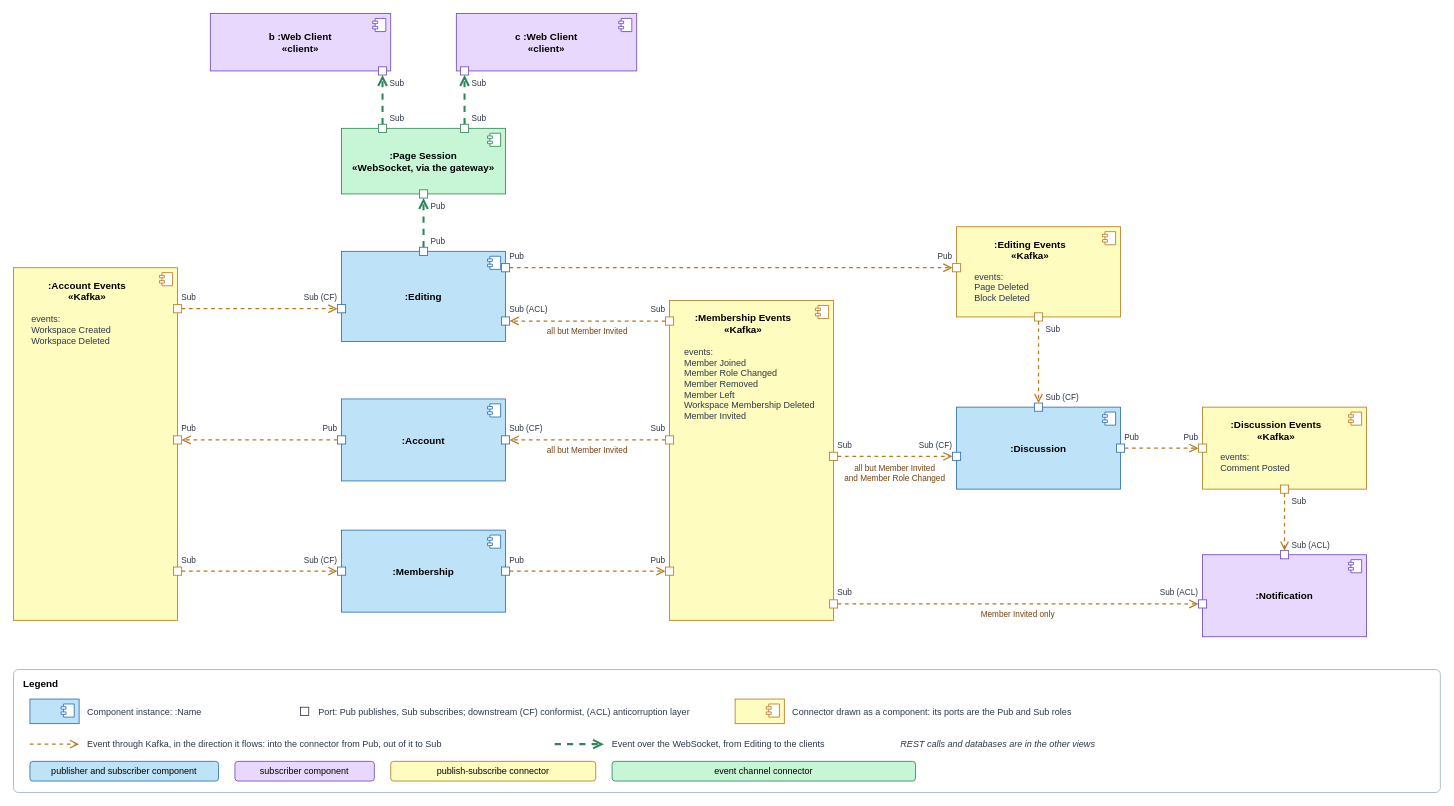
Above: docs/assets/components-and-connectors/event-based.drawio in Bending-Forks/gotion (draw.io), before the change. Source tidied: cells renumbered, new cells numbered last; positions are measured from the earlier drawing's top-left corner, leaving out a move shared by most shapes. Both pictures are drawn from the tidied source at 82%, with x=0, y=0 at pixel (13, 13).
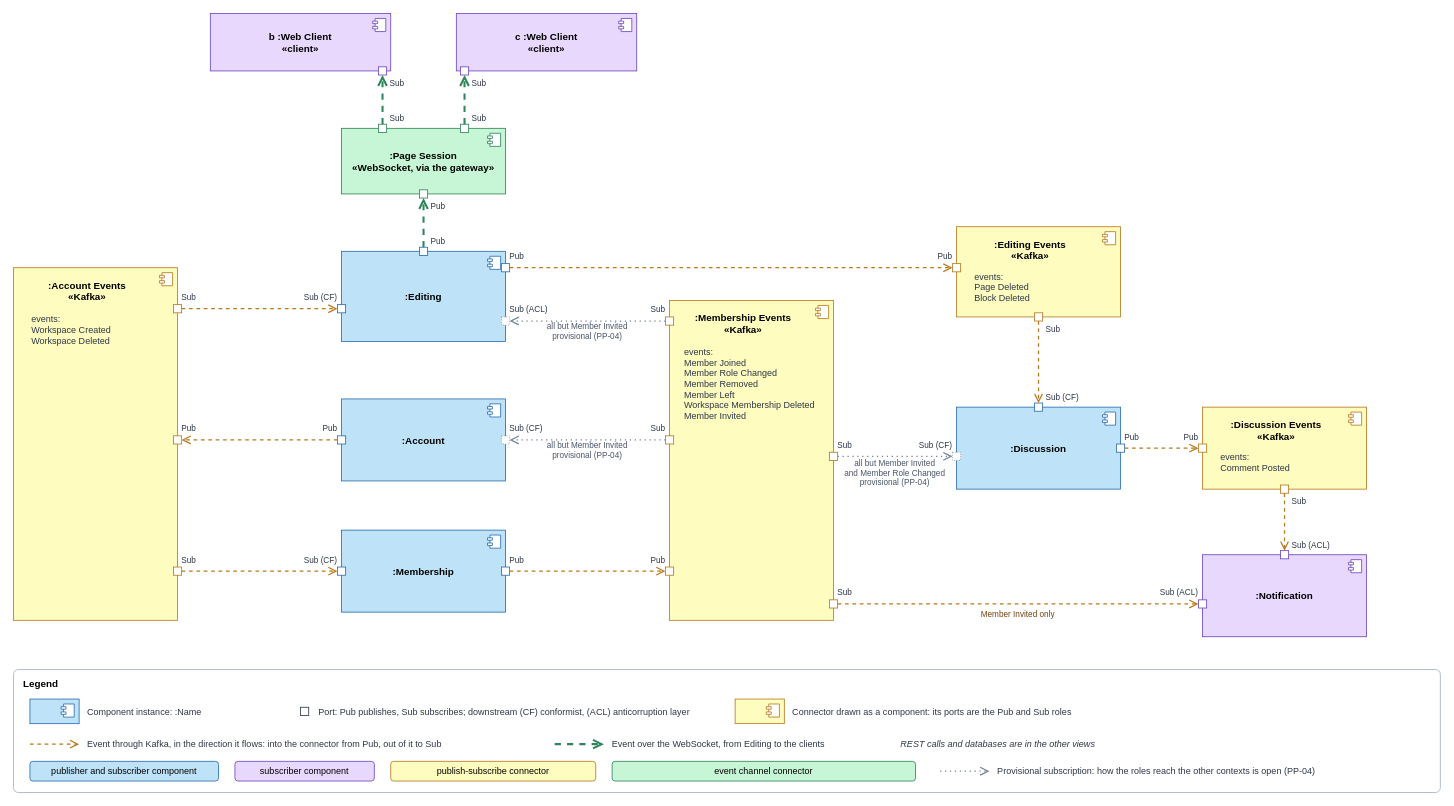
After the change.

Unchanged cells that the change refers to:
```xml
<mxCell id="51" value="Sub" style="rounded=0;html=0;fillColor=#ffffff;strokeColor=#b7791f;fontSize=10;fontColor=#2d3748;labelPosition=left;verticalLabelPosition=top;align=right;verticalAlign=bottom;spacingRight=-2;" parent="1" vertex="1">
  <mxGeometry x="795" y="370" width="10" height="10" as="geometry" />
</mxCell>
<mxCell id="52" value="Sub" style="rounded=0;html=0;fillColor=#ffffff;strokeColor=#b7791f;fontSize=10;fontColor=#2d3748;labelPosition=left;verticalLabelPosition=top;align=right;verticalAlign=bottom;spacingRight=-2;" parent="1" vertex="1">
  <mxGeometry x="795" y="515" width="10" height="10" as="geometry" />
</mxCell>
<mxCell id="54" value="Sub" style="rounded=0;html=0;fillColor=#ffffff;strokeColor=#b7791f;fontSize=10;fontColor=#2d3748;labelPosition=right;verticalLabelPosition=top;align=left;verticalAlign=bottom;spacingLeft=-2;" parent="1" vertex="1">
  <mxGeometry x="995" y="535" width="10" height="10" as="geometry" />
</mxCell>
```

Diff of the diagram source:
```diff
@@
-    <mxCell id="38" value="Sub (ACL)" style="rounded=0;html=0;fillColor=#ffffff;strokeColor=#2b6cb0;fontSize=10;fontColor=#2d3748;labelPosition=right;verticalLabelPosition=top;align=left;verticalAlign=bottom;spacingLeft=-2;" parent="1" vertex="1">
+    <mxCell id="38" value="Sub (ACL)" style="rounded=0;html=0;fillColor=#ffffff;strokeColor=#718096;dashed=1;dashPattern=1 2;fontSize=10;fontColor=#2d3748;labelPosition=right;verticalLabelPosition=top;align=left;verticalAlign=bottom;spacingLeft=-2;" parent="1" vertex="1">
       <mxGeometry x="595" y="370" width="10" height="10" as="geometry" />
     </mxCell>
@@
-    <mxCell id="40" value="Sub (CF)" style="rounded=0;html=0;fillColor=#ffffff;strokeColor=#2b6cb0;fontSize=10;fontColor=#2d3748;labelPosition=right;verticalLabelPosition=top;align=left;verticalAlign=bottom;spacingLeft=-2;" parent="1" vertex="1">
+    <mxCell id="40" value="Sub (CF)" style="rounded=0;html=0;fillColor=#ffffff;strokeColor=#718096;dashed=1;dashPattern=1 2;fontSize=10;fontColor=#2d3748;labelPosition=right;verticalLabelPosition=top;align=left;verticalAlign=bottom;spacingLeft=-2;" parent="1" vertex="1">
       <mxGeometry x="595" y="515" width="10" height="10" as="geometry" />
     </mxCell>
@@
-    <mxCell id="44" value="Sub (CF)" style="rounded=0;html=0;fillColor=#ffffff;strokeColor=#2b6cb0;fontSize=10;fontColor=#2d3748;labelPosition=left;verticalLabelPosition=top;align=right;verticalAlign=bottom;spacingRight=-2;" parent="1" vertex="1">
+    <mxCell id="44" value="Sub (CF)" style="rounded=0;html=0;fillColor=#ffffff;strokeColor=#718096;dashed=1;dashPattern=1 2;fontSize=10;fontColor=#2d3748;labelPosition=left;verticalLabelPosition=top;align=right;verticalAlign=bottom;spacingRight=-2;" parent="1" vertex="1">
       <mxGeometry x="1145" y="535" width="10" height="10" as="geometry" />
     </mxCell>
@@
-    <mxCell id="67" value="all but Member Invited" style="dashed=1;endArrow=open;endSize=8;html=0;strokeColor=#b7791f;strokeWidth=1.5;fontSize=10;fontColor=#744210;labelBackgroundColor=none;exitX=0;exitY=0.5;exitDx=0;exitDy=0;entryX=1;entryY=0.5;entryDx=0;entryDy=0;" parent="1" edge="1" source="51" target="38">
+    <mxCell id="67" value="all but Member Invited&#10;provisional (PP-04)" style="dashed=1;dashPattern=1 3;endArrow=open;endSize=8;html=0;strokeColor=#718096;strokeWidth=1.5;fontSize=10;fontColor=#4a5568;labelBackgroundColor=none;exitX=0;exitY=0.5;exitDx=0;exitDy=0;entryX=1;entryY=0.5;entryDx=0;entryDy=0;" parent="1" edge="1" source="51" target="38">
       <mxGeometry relative="1" as="geometry">
         <mxPoint y="12" as="offset" />
       </mxGeometry>
     </mxCell>
-    <mxCell id="68" value="all but Member Invited" style="dashed=1;endArrow=open;endSize=8;html=0;strokeColor=#b7791f;strokeWidth=1.5;fontSize=10;fontColor=#744210;labelBackgroundColor=none;exitX=0;exitY=0.5;exitDx=0;exitDy=0;entryX=1;entryY=0.5;entryDx=0;entryDy=0;" parent="1" edge="1" source="52" target="40">
+    <mxCell id="68" value="all but Member Invited&#10;provisional (PP-04)" style="dashed=1;dashPattern=1 3;endArrow=open;endSize=8;html=0;strokeColor=#718096;strokeWidth=1.5;fontSize=10;fontColor=#4a5568;labelBackgroundColor=none;exitX=0;exitY=0.5;exitDx=0;exitDy=0;entryX=1;entryY=0.5;entryDx=0;entryDy=0;" parent="1" edge="1" source="52" target="40">
       <mxGeometry relative="1" as="geometry">
         <mxPoint y="12" as="offset" />
       </mxGeometry>
     </mxCell>
-    <mxCell id="69" value="all but Member Invited&#10;and Member Role Changed" style="dashed=1;endArrow=open;endSize=8;html=0;strokeColor=#b7791f;strokeWidth=1.5;fontSize=10;fontColor=#744210;labelBackgroundColor=none;exitX=1;exitY=0.5;exitDx=0;exitDy=0;entryX=0;entryY=0.5;entryDx=0;entryDy=0;" parent="1" edge="1" source="54" target="44">
+    <mxCell id="69" value="all but Member Invited&#10;and Member Role Changed&#10;provisional (PP-04)" style="dashed=1;dashPattern=1 3;endArrow=open;endSize=8;html=0;strokeColor=#718096;strokeWidth=1.5;fontSize=10;fontColor=#4a5568;labelBackgroundColor=none;exitX=1;exitY=0.5;exitDx=0;exitDy=0;entryX=0;entryY=0.5;entryDx=0;entryDy=0;" parent="1" edge="1" source="54" target="44">
       <mxGeometry relative="1" as="geometry">
         <mxPoint y="20" as="offset" />
       </mxGeometry>
     </mxCell>
@@
+    <mxCell id="93" style="dashed=1;dashPattern=1 3;endArrow=open;endSize=8;html=0;strokeColor=#718096;strokeWidth=1.5;" parent="1" edge="1">
+      <mxGeometry relative="1" as="geometry">
+        <mxPoint x="1130" y="924" as="sourcePoint" />
+        <mxPoint x="1190" y="924" as="targetPoint" />
+      </mxGeometry>
+    </mxCell>
+    <mxCell id="94" value="Provisional subscription: how the roles reach the other contexts is open (PP-04)" style="text;html=0;align=left;verticalAlign=middle;fontSize=11;fontColor=#2d3748;" parent="1" vertex="1">
+      <mxGeometry x="1198" y="914" width="530" height="20" as="geometry" />
+    </mxCell>
```
